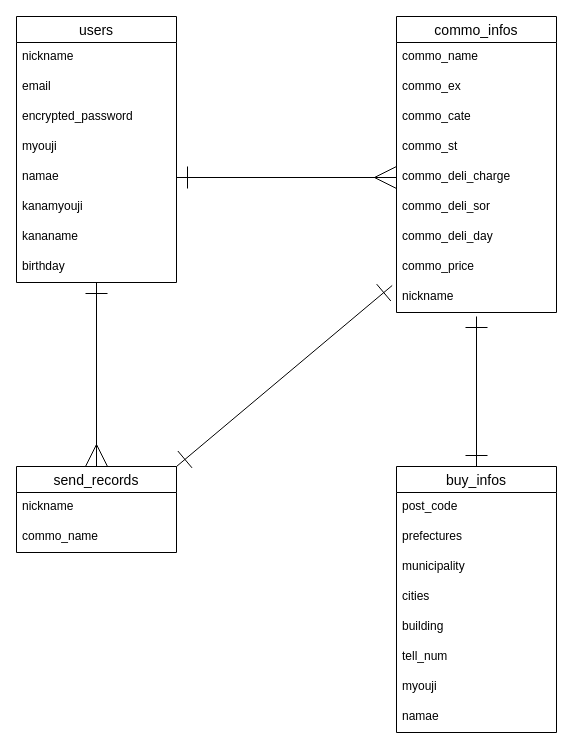
Earlier version of the draw.io diagram test.dio (nagakihidenori/furima-37712). Source tidied: cells renumbered, new cells numbered last; positions are measured from the earlier drawing's top-left corner, leaving out a move shared by most shapes. Both pictures are drawn from the tidied source at 100%, with x=0, y=0 at pixel (16, 16).
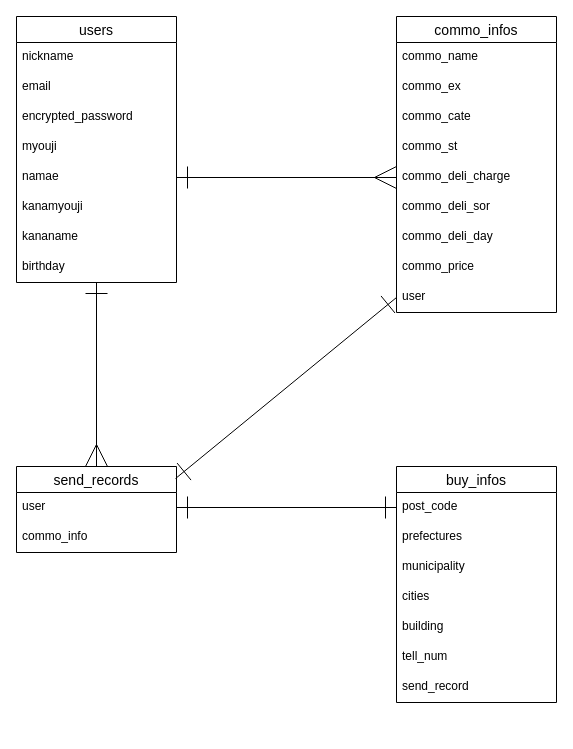
The same diagram, later.

Unchanged cells that the change refers to:
```xml
<mxCell id="12" value="commo_infos" style="swimlane;fontStyle=0;horizontal=1;startSize=26;align=center;fontSize=14;" parent="1" vertex="1">
  <mxGeometry x="380" width="160" height="296" as="geometry" />
</mxCell>
<mxCell id="20" value="commo_price" style="text;strokeColor=none;fillColor=none;spacingLeft=4;spacingRight=4;overflow=hidden;points=[[0,0.5],[1,0.5]];portConstraint=eastwest;fontSize=12;" parent="12" vertex="1">
  <mxGeometry y="236" width="160" height="30" as="geometry" />
</mxCell>
<mxCell id="22" value="send_records" style="swimlane;fontStyle=0;horizontal=1;startSize=26;align=center;fontSize=14;" parent="1" vertex="1">
  <mxGeometry y="450" width="160" height="86" as="geometry" />
</mxCell>
<mxCell id="27" value="post_code" style="text;strokeColor=none;fillColor=none;spacingLeft=4;spacingRight=4;overflow=hidden;points=[[0,0.5],[1,0.5]];portConstraint=eastwest;fontSize=12;" parent="26" vertex="1">
  <mxGeometry y="26" width="160" height="30" as="geometry" />
</mxCell>
```

The edit, as a diff of the source:
```diff
@@
-    <mxCell id="21" value="nickname" style="text;strokeColor=none;fillColor=none;spacingLeft=4;spacingRight=4;overflow=hidden;points=[[0,0.5],[1,0.5]];portConstraint=eastwest;fontSize=12;" parent="12" vertex="1">
+    <mxCell id="21" value="user" style="text;strokeColor=none;fillColor=none;spacingLeft=4;spacingRight=4;overflow=hidden;points=[[0,0.5],[1,0.5]];portConstraint=eastwest;fontSize=12;" parent="12" vertex="1">
       <mxGeometry y="266" width="160" height="30" as="geometry" />
     </mxCell>
@@
-    <mxCell id="23" value="nickname" style="text;strokeColor=none;fillColor=none;spacingLeft=4;spacingRight=4;overflow=hidden;points=[[0,0.5],[1,0.5]];portConstraint=eastwest;fontSize=12;" parent="22" vertex="1">
+    <mxCell id="23" value="user" style="text;strokeColor=none;fillColor=none;spacingLeft=4;spacingRight=4;overflow=hidden;points=[[0,0.5],[1,0.5]];portConstraint=eastwest;fontSize=12;" parent="22" vertex="1">
       <mxGeometry y="26" width="160" height="30" as="geometry" />
     </mxCell>
-    <mxCell id="24" value="commo_name" style="text;strokeColor=none;fillColor=none;spacingLeft=4;spacingRight=4;overflow=hidden;fontSize=12;" parent="22" vertex="1">
+    <mxCell id="24" value="commo_info" style="text;strokeColor=none;fillColor=none;spacingLeft=4;spacingRight=4;overflow=hidden;fontSize=12;" parent="22" vertex="1">
       <mxGeometry y="56" width="160" height="30" as="geometry" />
     </mxCell>
-    <mxCell id="25" style="edgeStyle=none;html=1;exitX=0.5;exitY=0;exitDx=0;exitDy=0;startArrow=ERone;startFill=0;endArrow=ERone;endFill=0;startSize=20;endSize=20;targetPerimeterSpacing=20;" parent="1" edge="1" source="26">
-      <mxGeometry relative="1" as="geometry">
-        <mxPoint x="460" y="300" as="targetPoint" />
-      </mxGeometry>
-    </mxCell>
     <mxCell id="26" value="buy_infos" style="swimlane;fontStyle=0;horizontal=1;startSize=26;align=center;fontSize=14;" parent="1" vertex="1">
-      <mxGeometry x="380" y="450" width="160" height="266" as="geometry" />
+      <mxGeometry x="380" y="450" width="160" height="236" as="geometry" />
     </mxCell>
@@
-    <mxCell id="33" value="myouji" style="text;strokeColor=none;fillColor=none;spacingLeft=4;spacingRight=4;overflow=hidden;fontSize=12;" parent="26" vertex="1">
-      <mxGeometry y="206" width="160" height="30" as="geometry" />
-    </mxCell>
-    <mxCell id="34" value="namae" style="text;strokeColor=none;fillColor=none;spacingLeft=4;spacingRight=4;overflow=hidden;fontSize=12;" parent="26" vertex="1">
-      <mxGeometry y="236" width="160" height="30" as="geometry" />
+    <mxCell id="34" value="send_record" style="text;strokeColor=none;fillColor=none;spacingLeft=4;spacingRight=4;overflow=hidden;fontSize=12;" parent="26" vertex="1">
+      <mxGeometry y="206" width="160" height="30" as="geometry" />
     </mxCell>
-    <mxCell id="35" style="edgeStyle=none;html=1;exitX=-0.027;exitY=1.1;exitDx=0;exitDy=0;entryX=1;entryY=0;entryDx=0;entryDy=0;startArrow=ERone;startFill=0;endArrow=ERone;endFill=0;startSize=20;endSize=20;targetPerimeterSpacing=20;exitPerimeter=0;" parent="1" edge="1" source="20" target="22">
+    <mxCell id="35" style="edgeStyle=none;html=1;exitX=0;exitY=0.5;exitDx=0;exitDy=0;entryX=1;entryY=0.5;entryDx=0;entryDy=0;startArrow=ERone;startFill=0;endArrow=ERone;endFill=0;startSize=20;endSize=20;targetPerimeterSpacing=20;" parent="1" edge="1" source="27" target="23">
       <mxGeometry relative="1" as="geometry" />
     </mxCell>
@@
+    <mxCell id="37" style="edgeStyle=none;html=1;exitX=0;exitY=0.5;exitDx=0;exitDy=0;entryX=0.994;entryY=0.14;entryDx=0;entryDy=0;startArrow=ERone;startFill=0;endArrow=ERone;endFill=0;startSize=20;endSize=20;targetPerimeterSpacing=20;entryPerimeter=0;" parent="1" edge="1" source="21" target="22">
+      <mxGeometry relative="1" as="geometry" />
+    </mxCell>
```
